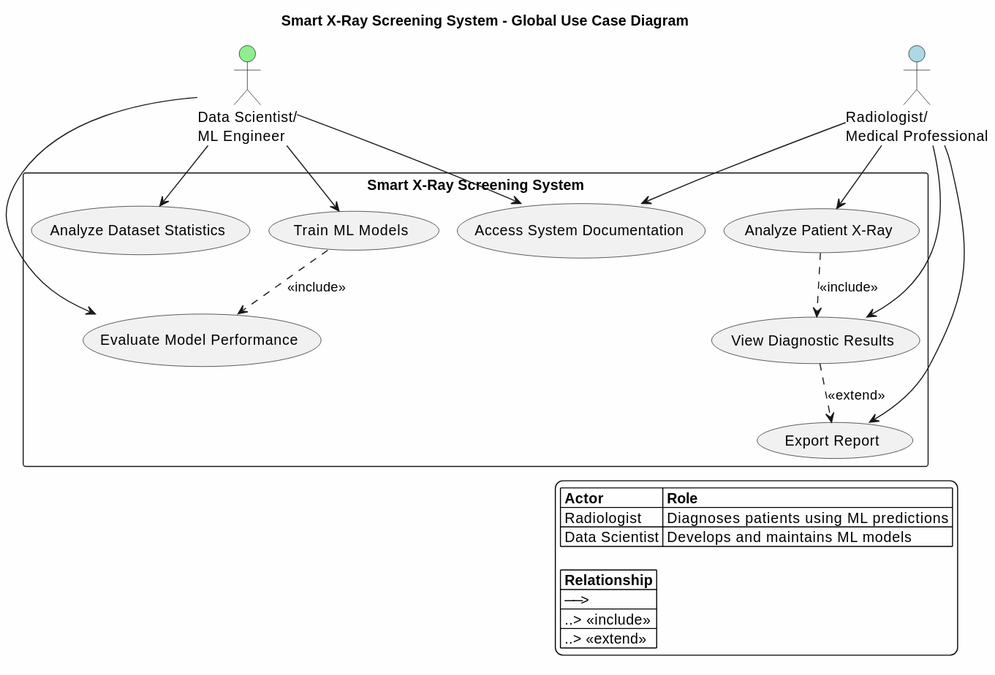
Earlier version of the PlantUML export UML/out/usecase_global/Smart X-Ray Screening Global Use Case.svg (DBerkey/Smart_X-Ray_Screening).
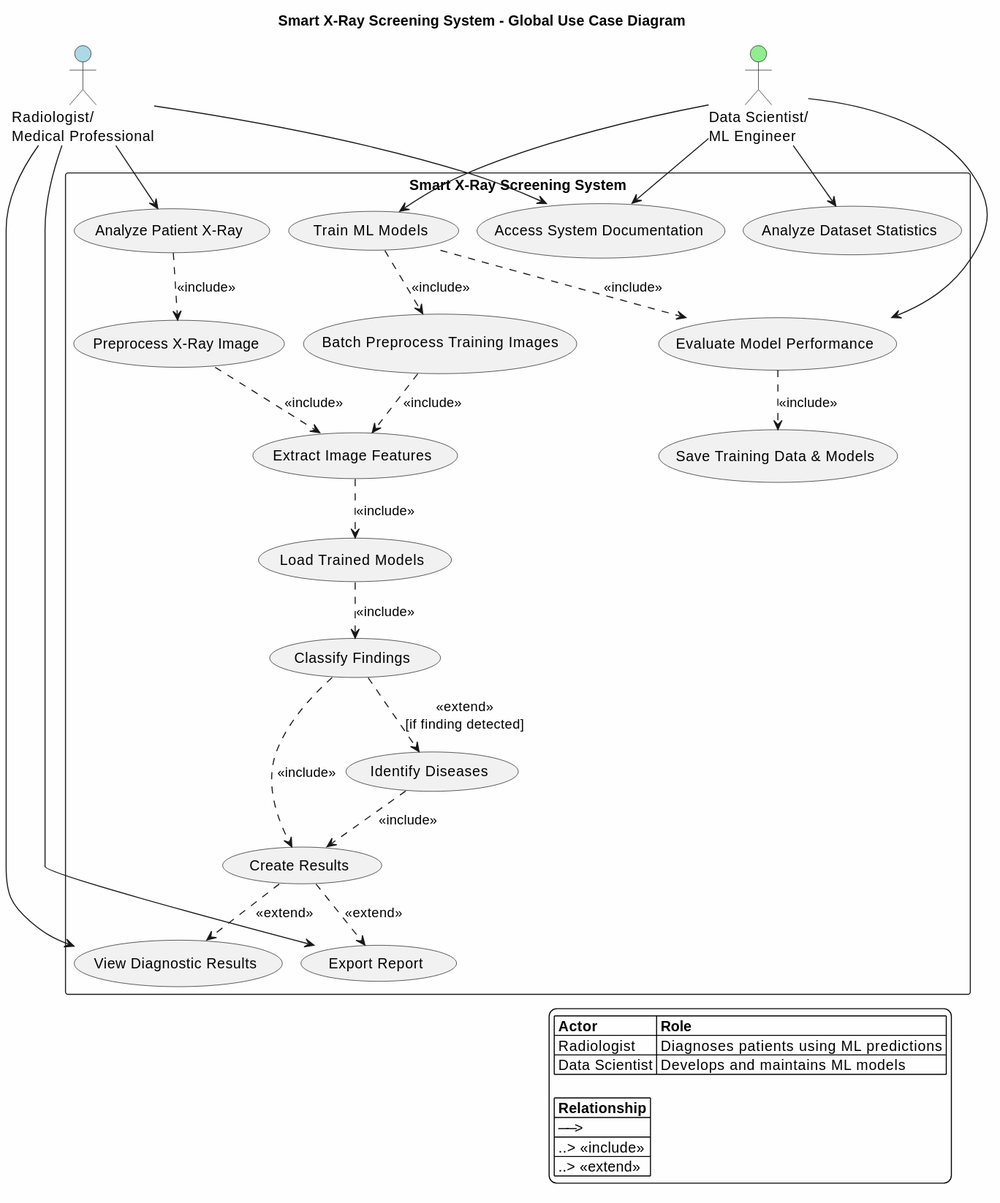
The same file after the commit.

Commit message:
new global usecase diagram

What changed in the source:
```diff
@@ -13,10 +13,20 @@
   usecase "Analyze Patient X-Ray" as UC1
   usecase "View Diagnostic Results" as UC2
   usecase "Export Report" as UC3
+  usecase "Create Results" as UC15
+
+  usecase "Preprocess X-Ray Image" as UC8
+  usecase "Extract Image Features" as UC9
+  usecase "Classify Findings" as UC10
+  usecase "Identify Diseases" as UC11
 
   usecase "Train ML Models" as UC4
   usecase "Evaluate Model Performance" as UC5
   usecase "Analyze Dataset Statistics" as UC6
+  usecase "Batch Preprocess Training Images" as UC14
+
+  usecase "Save Training Data & Models" as UC12
+  usecase "Load Trained Models" as UC13
 
   usecase "Access System Documentation" as UC7
 }
@@ -32,9 +42,21 @@
 DataScientist --> UC6
 DataScientist --> UC7
 
-UC1 ..> UC2 : <<include>>
-UC2 ..> UC3 : <<extend>>
+
+UC1 ..> UC8 : <<include>>
+UC8 ..> UC9 : <<include>>
+UC9 ..> UC13 : <<include>>
+UC13 ..> UC10 : <<include>>
+UC10 ..> UC11 : <<extend>>\n[if finding detected]
+UC10 ..> UC15 : <<include>>
+UC11 ..> UC15 : <<include>>
+UC15 ..> UC3 : <<extend>>
+UC15 ..> UC2 : <<extend>>
+
+UC4 ..> UC14 : <<include>>
+UC14 ..> UC9 : <<include>>
 UC4 ..> UC5 : <<include>>
+UC5 ..> UC12 : <<include>>
 
 legend right
   |= Actor |= Role |
```
